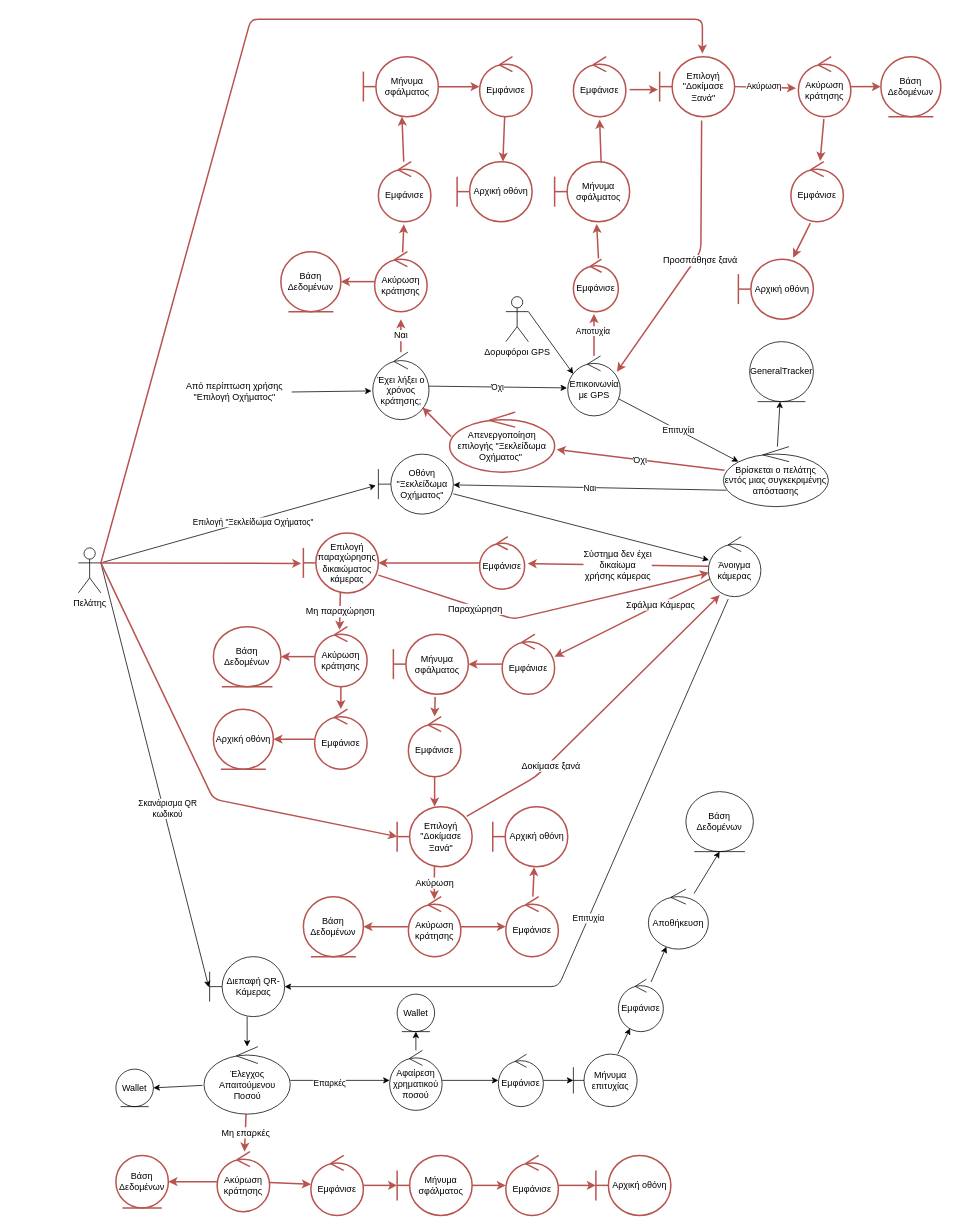
This is Part_2/Robustness/diagrams/02_Ξεκλείδωμα_Οχήματος.drawio from Nikolis2002/texnoligia_logismikou, a draw.io file, before an edit. Source tidied: cells renumbered, new cells numbered last; positions are measured from the earlier drawing's top-left corner, leaving out a move shared by most shapes. Both pictures are drawn from the tidied source at 75%, with x=0, y=0 at pixel (78, 19).
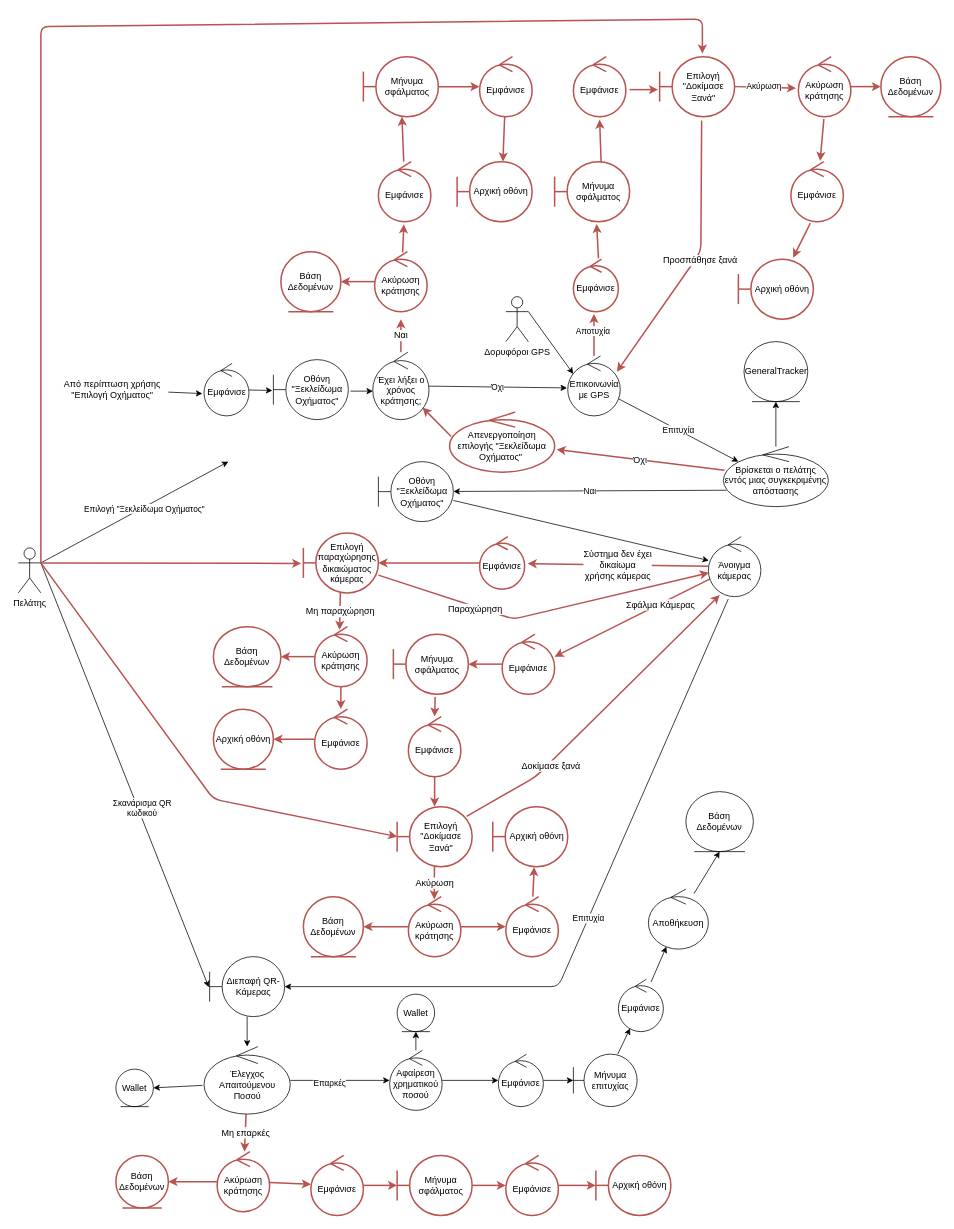
Above is the later version.

The change refers to these unchanged cells:
```xml
<mxCell id="10" value="Έχει λήξει ο χρόνος κράτησης;" style="ellipse;shape=umlControl;whiteSpace=wrap;html=1;" parent="1" vertex="1">
  <mxGeometry x="392.5" y="444" width="75" height="90" as="geometry" />
</mxCell>
<mxCell id="110" value="Επιλογή &quot;Δοκίμασε Ξανά&quot;" style="shape=umlBoundary;whiteSpace=wrap;html=1;fillColor=none;strokeColor=#b85450;strokeWidth=2;" parent="1" vertex="1">
  <mxGeometry x="775" y="50" width="100" height="80" as="geometry" />
</mxCell>
```

Change to the diagram source:
```diff
@@
-    <mxCell id="2" style="edgeStyle=none;html=1;exitX=1;exitY=0.3333333333333333;exitDx=0;exitDy=0;exitPerimeter=0;entryX=-0.033;entryY=0.522;entryDx=0;entryDy=0;entryPerimeter=0;" parent="1" edge="1" source="7" target="16">
-      <mxGeometry relative="1" as="geometry" />
+    <mxCell id="2" style="edgeStyle=none;html=1;exitX=1;exitY=0.3333333333333333;exitDx=0;exitDy=0;exitPerimeter=0;" parent="1" edge="1" source="7">
+      <mxGeometry relative="1" as="geometry">
+        <mxPoint x="200" y="590" as="targetPoint" />
+      </mxGeometry>
     </mxCell>
@@
     <mxCell id="7" value="Πελάτης" style="shape=umlActor;verticalLabelPosition=bottom;verticalAlign=top;html=1;" parent="1" vertex="1">
-      <mxGeometry y="705" width="30" height="60" as="geometry" />
+      <mxGeometry x="-80" y="705" width="30" height="60" as="geometry" />
     </mxCell>
@@
     <mxCell id="16" value="Οθόνη &quot;Ξεκλείδωμα Οχήματος&quot;" style="shape=umlBoundary;whiteSpace=wrap;html=1;" parent="1" vertex="1">
-      <mxGeometry x="400" y="580" width="100" height="80" as="geometry" />
+      <mxGeometry x="400" y="590" width="100" height="80" as="geometry" />
     </mxCell>
@@
-    <mxCell id="63" style="edgeStyle=none;html=1;entryX=-0.022;entryY=0.575;entryDx=0;entryDy=0;entryPerimeter=0;exitX=1.013;exitY=0.529;exitDx=0;exitDy=0;exitPerimeter=0;" parent="1" edge="1" source="64" target="10">
-      <mxGeometry relative="1" as="geometry" />
-    </mxCell>
+    <mxCell id="124" style="edgeStyle=none;html=1;entryX=-0.03;entryY=0.483;entryDx=0;entryDy=0;entryPerimeter=0;" parent="1" edge="1" source="64">
+      <mxGeometry relative="1" as="geometry" />
+    </mxCell>
+    <mxCell id="125" style="edgeStyle=none;html=1;entryX=-0.013;entryY=0.535;entryDx=0;entryDy=0;entryPerimeter=0;" parent="1" edge="1" source="64">
+      <mxGeometry relative="1" as="geometry" />
+    </mxCell>
+    <mxCell id="126" style="edgeStyle=none;html=1;entryX=-0.036;entryY=0.576;entryDx=0;entryDy=0;entryPerimeter=0;" parent="1" edge="1" source="64" target="131">
+      <mxGeometry relative="1" as="geometry" />
+    </mxCell>
     <mxCell id="64" value="Από περίπτωση χρήσης&lt;br&gt;&quot;Επιλογή Οχήματος&quot;" style="text;html=1;align=center;verticalAlign=middle;points=[];strokeColor=none;fillColor=none;" parent="1" vertex="1">
-      <mxGeometry x="132.5" y="476" width="150" height="40" as="geometry" />
+      <mxGeometry x="-30" y="474" width="150" height="40" as="geometry" />
     </mxCell>
@@
     <mxCell id="67" value="GeneralTracker" style="ellipse;shape=umlEntity;whiteSpace=wrap;html=1;" parent="1" vertex="1">
-      <mxGeometry x="895" y="430" width="85" height="80" as="geometry" />
+      <mxGeometry x="887.5" y="430" width="85" height="80" as="geometry" />
     </mxCell>
@@
     <mxCell id="112" style="edgeStyle=none;html=1;fontSize=12;fillColor=none;strokeColor=#b85450;strokeWidth=2;entryX=0.57;entryY=-0.05;entryDx=0;entryDy=0;entryPerimeter=0;exitX=1;exitY=0.3333333333333333;exitDx=0;exitDy=0;exitPerimeter=0;" parent="1" edge="1" source="7" target="110">
       <mxGeometry relative="1" as="geometry">
         <Array as="points">
-          <mxPoint x="230" />
+          <mxPoint x="-50" y="370" />
+          <mxPoint x="-50" y="10" />
           <mxPoint x="832" />
         </Array>
       </mxGeometry>
     </mxCell>
@@
+    <mxCell id="127" style="edgeStyle=none;html=1;entryX=-0.04;entryY=0.559;entryDx=0;entryDy=0;entryPerimeter=0;" parent="1" edge="1" target="10">
+      <mxGeometry relative="1" as="geometry" />
+    </mxCell>
+    <mxCell id="128" style="edgeStyle=none;html=1;entryX=0.004;entryY=0.578;entryDx=0;entryDy=0;entryPerimeter=0;exitX=1.028;exitY=0.525;exitDx=0;exitDy=0;exitPerimeter=0;" parent="1" edge="1" source="129" target="10">
+      <mxGeometry relative="1" as="geometry" />
+    </mxCell>
+    <mxCell id="129" value="Οθόνη &quot;Ξεκλείδωμα Οχήματος&quot;" style="shape=umlBoundary;whiteSpace=wrap;html=1;" parent="1" vertex="1">
+      <mxGeometry x="260" y="454" width="100" height="80" as="geometry" />
+    </mxCell>
+    <mxCell id="130" style="edgeStyle=none;html=1;entryX=-0.013;entryY=0.515;entryDx=0;entryDy=0;entryPerimeter=0;" parent="1" edge="1" source="131" target="129">
+      <mxGeometry relative="1" as="geometry" />
+    </mxCell>
+    <mxCell id="131" value="Εμφάνισε" style="ellipse;shape=umlControl;whiteSpace=wrap;html=1;" parent="1" vertex="1">
+      <mxGeometry x="167.5" y="459" width="60" height="70" as="geometry" />
+    </mxCell>
```
